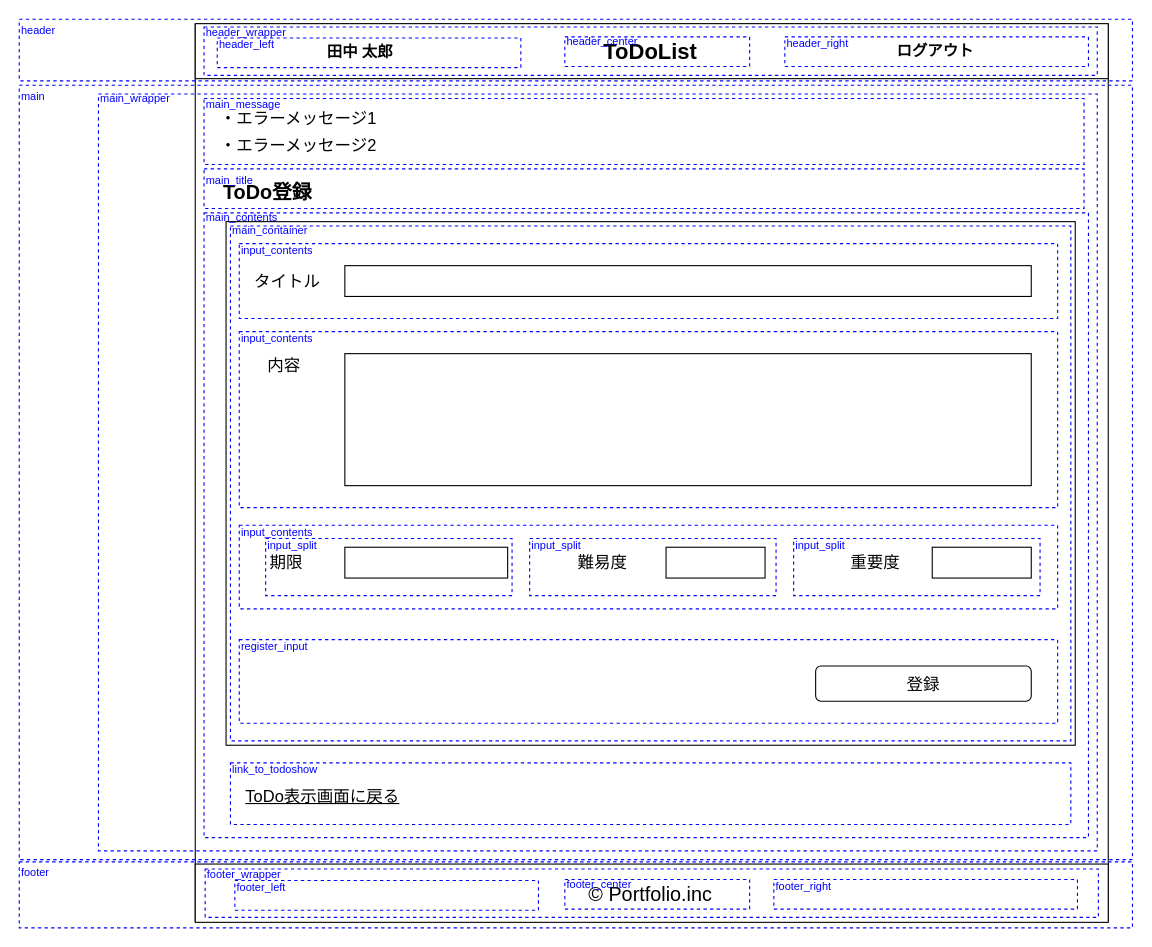
Above: portfolio03/01/layout/todo_registration/portfolio03_01_todo_registration_detail.drawio in RRRYOOO/portfolio (draw.io), before the change. Source tidied: cells renumbered, new cells numbered last; positions are measured from the earlier drawing's top-left corner, leaving out a move shared by most shapes. Both pictures are drawn from the tidied source at 110%, with x=0, y=0 at pixel (19, 19).
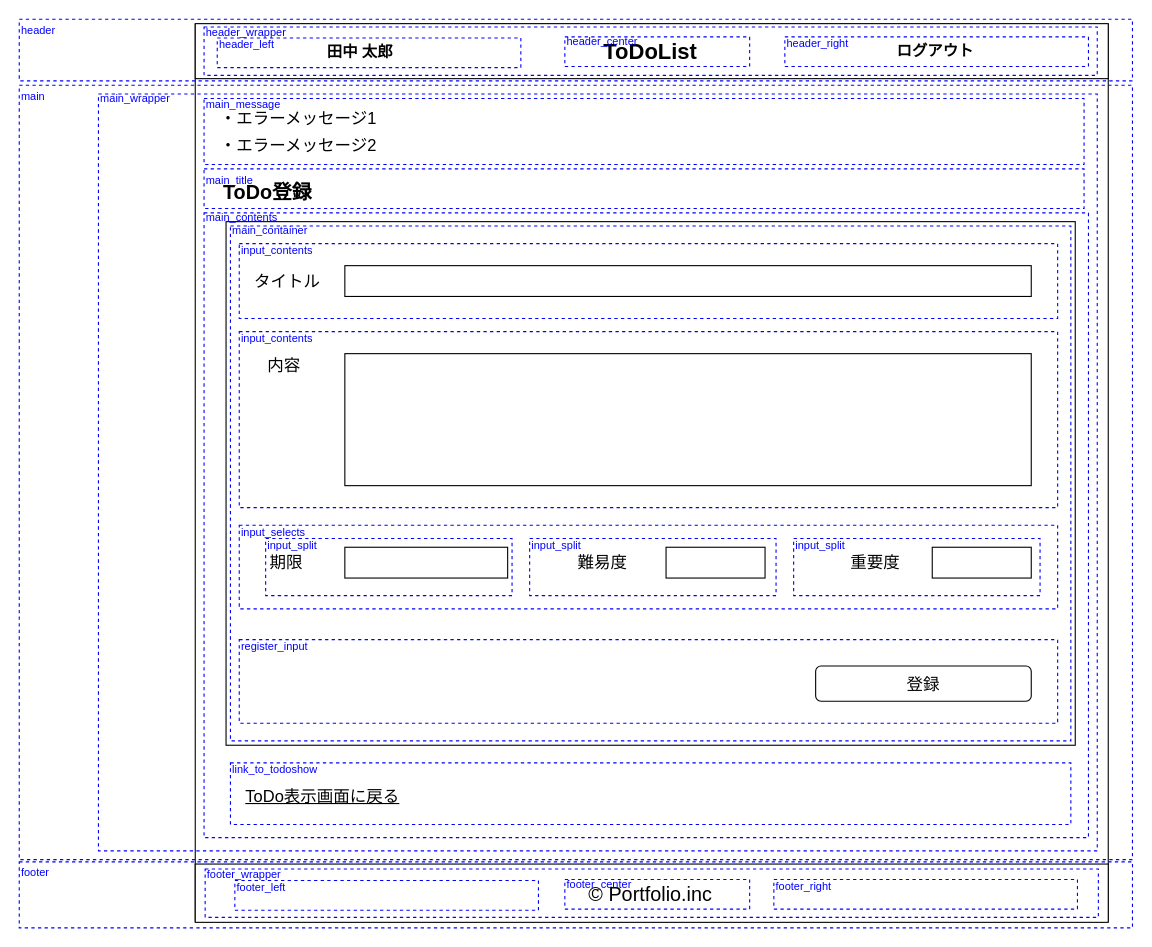
Above is the later version.

Commit message (it also covers changes not shown here):
changed the name of division.

Change to the diagram source:
```diff
@@
-    <mxCell id="64" value="input_contents" style="text;html=1;strokeColor=none;fillColor=none;align=left;verticalAlign=middle;whiteSpace=wrap;rounded=0;dashed=1;fontColor=#0000FF;fontSize=10;" parent="1" vertex="1">
+    <mxCell id="64" value="input_selects" style="text;html=1;strokeColor=none;fillColor=none;align=left;verticalAlign=middle;whiteSpace=wrap;rounded=0;dashed=1;fontColor=#0000FF;fontSize=10;" parent="1" vertex="1">
       <mxGeometry x="200" y="460" width="80" height="12" as="geometry" />
     </mxCell>
```
